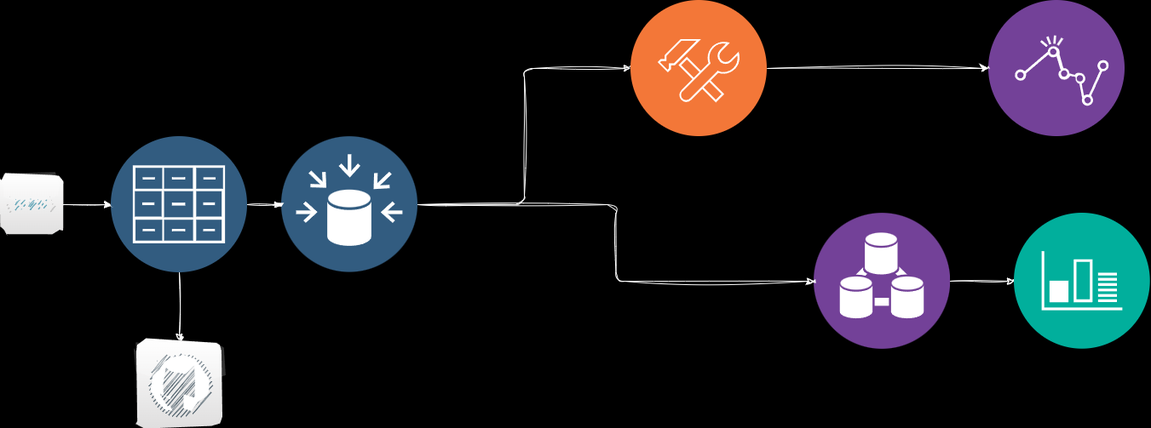
This is BI/Project_BI/Diagrams/BI_DataArch.png from vmbayona/Ares, a draw.io export, as it was before one commit. Source tidied: cells renumbered, new cells last; positions are measured from the earlier drawing's top-left corner, leaving out a move shared by most shapes.
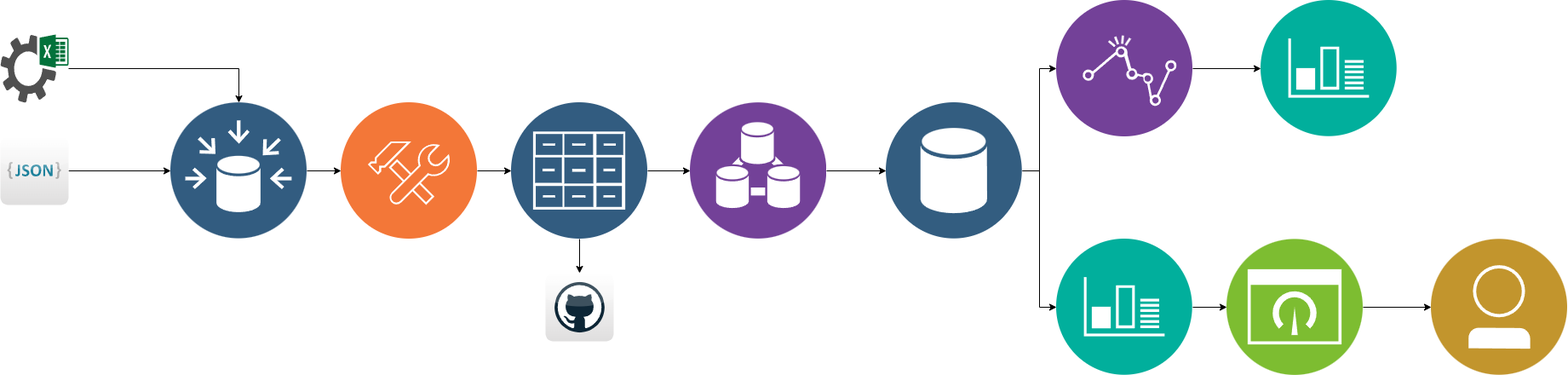
The same diagram one commit later.

The edit, as a diff of the source:
```diff
@@ -1,51 +1,81 @@
-<mxGraphModel background="#000000">
+<mxGraphModel background="#FFFFFF">
   <root>
     <mxCell id="0" />
     <mxCell id="1" parent="0" />
-    <mxCell id="2" style="edgeStyle=orthogonalEdgeStyle;rounded=1;sketch=1;hachureGap=4;jiggle=2;curveFitting=1;jettySize=auto;html=1;fontFamily=Architects Daughter;fontSource=https%3A%2F%2Ffonts.googleapis.com%2Fcss%3Ffamily%3DArchitects%2BDaughter;fontSize=16;strokeColor=#FFFFFF;" parent="1" edge="1" source="3" target="8">
-      <mxGeometry relative="1" as="geometry" />
-    </mxCell>
+    <mxCell id="17" style="edgeStyle=orthogonalEdgeStyle;rounded=0;jettySize=auto;html=1;" parent="1" edge="1" source="3" target="27">
+      <mxGeometry relative="1" as="geometry" />
+    </mxCell>
-    <mxCell id="3" style="image;perimeter=ellipsePerimeter;html=1;align=center;shadow=0;dashed=0;fontColor=#4277BB;labelBackgroundColor=default;fontSize=12;spacingTop=3;image=img/lib/ibm/analytics/data_integration.svg;sketch=1;curveFitting=1;jiggle=2;rounded=1;" parent="1" vertex="1">
-      <mxGeometry x="955" y="250" width="160" height="160" as="geometry" />
+    <mxCell id="3" style="image;perimeter=ellipsePerimeter;html=1;align=center;shadow=0;dashed=0;fontColor=#4277BB;labelBackgroundColor=default;fontSize=12;spacingTop=3;image=img/lib/ibm/analytics/data_integration.svg;rounded=1;" parent="1" vertex="1">
+      <mxGeometry x="780" y="120" width="160" height="160" as="geometry" />
     </mxCell>
+    <mxCell id="18" style="edgeStyle=orthogonalEdgeStyle;rounded=0;jettySize=auto;html=1;" parent="1" edge="1" source="4" target="31">
+      <mxGeometry relative="1" as="geometry" />
+    </mxCell>
-    <mxCell id="4" style="image;perimeter=ellipsePerimeter;html=1;align=center;shadow=0;dashed=0;fontColor=#4277BB;labelBackgroundColor=default;fontSize=12;spacingTop=3;image=img/lib/ibm/analytics/analytics.svg;sketch=1;curveFitting=1;jiggle=2;rounded=1;" parent="1" vertex="1">
-      <mxGeometry x="1160" width="160" height="160" as="geometry" />
+    <mxCell id="4" style="image;perimeter=ellipsePerimeter;html=1;align=center;shadow=0;dashed=0;fontColor=#4277BB;labelBackgroundColor=default;fontSize=12;spacingTop=3;image=img/lib/ibm/analytics/analytics.svg;rounded=1;" parent="1" vertex="1">
+      <mxGeometry x="1210" width="160" height="160" as="geometry" />
     </mxCell>
-    <mxCell id="5" style="edgeStyle=orthogonalEdgeStyle;rounded=1;sketch=1;hachureGap=4;jiggle=2;curveFitting=1;jettySize=auto;html=1;fontFamily=Architects Daughter;fontSource=https%3A%2F%2Ffonts.googleapis.com%2Fcss%3Ffamily%3DArchitects%2BDaughter;fontSize=16;strokeColor=#FFFFFF;" parent="1" edge="1" source="7" target="3">
-      <mxGeometry relative="1" as="geometry" />
-    </mxCell>
-    <mxCell id="6" style="edgeStyle=orthogonalEdgeStyle;rounded=1;sketch=1;hachureGap=4;jiggle=2;curveFitting=1;jettySize=auto;html=1;fontFamily=Architects Daughter;fontSource=https%3A%2F%2Ffonts.googleapis.com%2Fcss%3Ffamily%3DArchitects%2BDaughter;fontSize=16;strokeColor=#FFFFFF;" parent="1" edge="1" source="7" target="10">
+    <mxCell id="6" style="edgeStyle=orthogonalEdgeStyle;rounded=0;jettySize=auto;html=1;entryX=0;entryY=0.5;entryDx=0;entryDy=0;" parent="1" edge="1" source="7" target="10">
       <mxGeometry relative="1" as="geometry" />
     </mxCell>
-    <mxCell id="7" style="image;perimeter=ellipsePerimeter;html=1;align=center;shadow=0;dashed=0;fontColor=#4277BB;labelBackgroundColor=default;fontSize=12;spacingTop=3;image=img/lib/ibm/data/data_sources.svg;sketch=1;curveFitting=1;jiggle=2;rounded=1;" parent="1" vertex="1">
-      <mxGeometry x="330" y="160" width="160" height="160" as="geometry" />
+    <mxCell id="7" style="image;perimeter=ellipsePerimeter;html=1;align=center;shadow=0;dashed=0;fontColor=#4277BB;labelBackgroundColor=default;fontSize=12;spacingTop=3;image=img/lib/ibm/data/data_sources.svg;rounded=1;" parent="1" vertex="1">
+      <mxGeometry x="170" y="120" width="160" height="160" as="geometry" />
     </mxCell>
+    <mxCell id="19" style="edgeStyle=orthogonalEdgeStyle;rounded=0;jettySize=auto;html=1;entryX=0;entryY=0.5;entryDx=0;entryDy=0;" parent="1" edge="1" source="8" target="29">
+      <mxGeometry relative="1" as="geometry" />
+    </mxCell>
-    <mxCell id="8" style="image;perimeter=ellipsePerimeter;html=1;align=center;shadow=0;dashed=0;fontColor=#4277BB;labelBackgroundColor=default;fontSize=12;spacingTop=3;image=img/lib/ibm/management/monitoring_metrics.svg;sketch=1;curveFitting=1;jiggle=2;rounded=1;" parent="1" vertex="1">
-      <mxGeometry x="1190" y="250" width="160" height="160" as="geometry" />
+    <mxCell id="8" style="image;perimeter=ellipsePerimeter;html=1;align=center;shadow=0;dashed=0;fontColor=#4277BB;labelBackgroundColor=default;fontSize=12;spacingTop=3;image=img/lib/ibm/management/monitoring_metrics.svg;rounded=1;" parent="1" vertex="1">
+      <mxGeometry x="1210" y="280" width="160" height="160" as="geometry" />
     </mxCell>
-    <mxCell id="9" style="edgeStyle=orthogonalEdgeStyle;rounded=1;sketch=1;hachureGap=4;jiggle=2;curveFitting=1;jettySize=auto;html=1;entryX=0;entryY=0.5;entryDx=0;entryDy=0;fontFamily=Architects Daughter;fontSource=https%3A%2F%2Ffonts.googleapis.com%2Fcss%3Ffamily%3DArchitects%2BDaughter;fontSize=16;strokeColor=#FFFFFF;" parent="1" edge="1" source="10" target="4">
-      <mxGeometry relative="1" as="geometry" />
-    </mxCell>
+    <mxCell id="20" style="edgeStyle=orthogonalEdgeStyle;rounded=0;jettySize=auto;html=1;entryX=0;entryY=0.5;entryDx=0;entryDy=0;" parent="1" edge="1" source="10" target="13">
+      <mxGeometry relative="1" as="geometry" />
+    </mxCell>
-    <mxCell id="10" style="image;perimeter=ellipsePerimeter;html=1;align=center;shadow=0;dashed=0;fontColor=#4277BB;labelBackgroundColor=default;fontSize=12;spacingTop=3;image=img/lib/ibm/devops/configuration_management.svg;sketch=1;curveFitting=1;jiggle=2;rounded=1;" parent="1" vertex="1">
-      <mxGeometry x="740" width="160" height="160" as="geometry" />
+    <mxCell id="10" style="image;perimeter=ellipsePerimeter;html=1;align=center;shadow=0;dashed=0;fontColor=#4277BB;labelBackgroundColor=default;fontSize=12;spacingTop=3;image=img/lib/ibm/devops/configuration_management.svg;rounded=1;" parent="1" vertex="1">
+      <mxGeometry x="370" y="120" width="160" height="160" as="geometry" />
     </mxCell>
-    <mxCell id="11" style="edgeStyle=orthogonalEdgeStyle;rounded=1;sketch=1;hachureGap=4;jiggle=2;curveFitting=1;jettySize=auto;html=1;fontFamily=Architects Daughter;fontSource=https%3A%2F%2Ffonts.googleapis.com%2Fcss%3Ffamily%3DArchitects%2BDaughter;fontSize=16;strokeColor=#FFFFFF;" parent="1" edge="1" source="13" target="14">
+    <mxCell id="11" style="edgeStyle=orthogonalEdgeStyle;rounded=0;jettySize=auto;html=1;" parent="1" edge="1" source="13" target="14">
       <mxGeometry relative="1" as="geometry" />
     </mxCell>
-    <mxCell id="12" style="edgeStyle=orthogonalEdgeStyle;rounded=1;sketch=1;hachureGap=4;jiggle=2;curveFitting=1;jettySize=auto;html=1;fontFamily=Architects Daughter;fontSource=https%3A%2F%2Ffonts.googleapis.com%2Fcss%3Ffamily%3DArchitects%2BDaughter;fontSize=16;strokeColor=#FFFFFF;" parent="1" edge="1" source="13" target="7">
-      <mxGeometry relative="1" as="geometry" />
-    </mxCell>
+    <mxCell id="21" style="edgeStyle=orthogonalEdgeStyle;rounded=0;jettySize=auto;html=1;entryX=0;entryY=0.5;entryDx=0;entryDy=0;" parent="1" edge="1" source="13" target="3">
+      <mxGeometry relative="1" as="geometry" />
+    </mxCell>
-    <mxCell id="13" style="image;perimeter=ellipsePerimeter;html=1;align=center;shadow=0;dashed=0;fontColor=#4277BB;labelBackgroundColor=default;fontSize=12;spacingTop=3;image=img/lib/ibm/data/file_repository.svg;rounded=1;sketch=1;hachureGap=4;jiggle=2;curveFitting=1;fontFamily=Architects Daughter;fontSource=https%3A%2F%2Ffonts.googleapis.com%2Fcss%3Ffamily%3DArchitects%2BDaughter;" parent="1" vertex="1">
-      <mxGeometry x="130" y="160" width="160" height="160" as="geometry" />
+    <mxCell id="13" style="image;perimeter=ellipsePerimeter;html=1;align=center;shadow=0;dashed=0;fontColor=#4277BB;labelBackgroundColor=default;fontSize=12;spacingTop=3;image=img/lib/ibm/data/file_repository.svg;rounded=1;hachureGap=4;fontFamily=Architects Daughter;fontSource=https%3A%2F%2Ffonts.googleapis.com%2Fcss%3Ffamily%3DArchitects%2BDaughter;" parent="1" vertex="1">
+      <mxGeometry x="570" y="120" width="160" height="160" as="geometry" />
     </mxCell>
-    <mxCell id="14" style="dashed=0;outlineConnect=0;html=1;align=center;labelPosition=center;verticalLabelPosition=bottom;verticalAlign=top;shape=mxgraph.webicons.github;gradientColor=#DFDEDE;rounded=1;sketch=1;hachureGap=4;jiggle=2;curveFitting=1;fontFamily=Architects Daughter;fontSource=https%3A%2F%2Ffonts.googleapis.com%2Fcss%3Ffamily%3DArchitects%2BDaughter;fontSize=20;" parent="1" vertex="1">
-      <mxGeometry x="158.8" y="400" width="102.4" height="102.4" as="geometry" />
+    <mxCell id="14" style="dashed=0;outlineConnect=0;html=1;align=center;labelPosition=center;verticalLabelPosition=bottom;verticalAlign=top;shape=mxgraph.webicons.github;gradientColor=#DFDEDE;rounded=1;hachureGap=4;fontFamily=Architects Daughter;fontSource=https%3A%2F%2Ffonts.googleapis.com%2Fcss%3Ffamily%3DArchitects%2BDaughter;fontSize=20;" parent="1" vertex="1">
+      <mxGeometry x="610" y="320" width="80" height="80" as="geometry" />
     </mxCell>
-    <mxCell id="15" style="edgeStyle=orthogonalEdgeStyle;rounded=1;sketch=1;hachureGap=4;jiggle=2;curveFitting=1;jettySize=auto;html=1;entryX=0;entryY=0.5;entryDx=0;entryDy=0;fontFamily=Architects Daughter;fontSource=https%3A%2F%2Ffonts.googleapis.com%2Fcss%3Ffamily%3DArchitects%2BDaughter;fontSize=16;strokeColor=#FFFFFF;" parent="1" edge="1" source="16" target="13">
-      <mxGeometry relative="1" as="geometry" />
-    </mxCell>
+    <mxCell id="22" style="edgeStyle=orthogonalEdgeStyle;rounded=0;jettySize=auto;html=1;entryX=0;entryY=0.5;entryDx=0;entryDy=0;" parent="1" edge="1" source="16" target="7">
+      <mxGeometry relative="1" as="geometry" />
+    </mxCell>
-    <mxCell id="16" style="dashed=0;outlineConnect=0;html=1;align=center;labelPosition=center;verticalLabelPosition=bottom;verticalAlign=top;shape=mxgraph.webicons.json_2;gradientColor=#DFDEDE;rounded=1;sketch=1;hachureGap=4;jiggle=2;curveFitting=1;fontFamily=Architects Daughter;fontSource=https%3A%2F%2Ffonts.googleapis.com%2Fcss%3Ffamily%3DArchitects%2BDaughter;fontSize=20;" parent="1" vertex="1">
-      <mxGeometry y="205" width="70" height="70" as="geometry" />
+    <mxCell id="16" style="dashed=0;outlineConnect=0;html=1;align=center;labelPosition=center;verticalLabelPosition=bottom;verticalAlign=top;shape=mxgraph.webicons.json_2;gradientColor=#DFDEDE;rounded=1;hachureGap=4;fontFamily=Architects Daughter;fontSource=https%3A%2F%2Ffonts.googleapis.com%2Fcss%3Ffamily%3DArchitects%2BDaughter;fontSize=20;" parent="1" vertex="1">
+      <mxGeometry x="-30" y="160" width="80" height="80" as="geometry" />
     </mxCell>
+    <mxCell id="23" style="edgeStyle=orthogonalEdgeStyle;rounded=0;jettySize=auto;html=1;entryX=0.5;entryY=0;entryDx=0;entryDy=0;" parent="1" edge="1" source="24" target="7">
+      <mxGeometry relative="1" as="geometry" />
+    </mxCell>
+    <mxCell id="24" style="sketch=0;shadow=0;dashed=0;html=1;strokeColor=none;fillColor=#505050;labelPosition=center;verticalLabelPosition=bottom;verticalAlign=top;outlineConnect=0;align=center;shape=mxgraph.office.sites.excel_services;" parent="1" vertex="1">
+      <mxGeometry x="-30" y="40" width="80" height="80" as="geometry" />
+    </mxCell>
+    <mxCell id="25" style="edgeStyle=orthogonalEdgeStyle;rounded=0;jettySize=auto;html=1;" parent="1" edge="1" source="27" target="4">
+      <mxGeometry relative="1" as="geometry" />
+    </mxCell>
+    <mxCell id="26" style="edgeStyle=orthogonalEdgeStyle;rounded=0;jettySize=auto;html=1;" parent="1" edge="1" source="27" target="8">
+      <mxGeometry relative="1" as="geometry" />
+    </mxCell>
+    <mxCell id="27" style="image;perimeter=ellipsePerimeter;html=1;align=center;shadow=0;dashed=0;fontColor=#4277BB;labelBackgroundColor=default;fontSize=12;spacingTop=3;image=img/lib/ibm/data/data_services.svg;" parent="1" vertex="1">
+      <mxGeometry x="1010" y="120" width="160" height="160" as="geometry" />
+    </mxCell>
+    <mxCell id="28" style="edgeStyle=orthogonalEdgeStyle;rounded=0;jettySize=auto;html=1;entryX=0;entryY=0.5;entryDx=0;entryDy=0;" parent="1" edge="1" source="29" target="30">
+      <mxGeometry relative="1" as="geometry" />
+    </mxCell>
+    <mxCell id="29" style="image;perimeter=ellipsePerimeter;html=1;align=center;shadow=0;dashed=0;fontColor=#4277BB;labelBackgroundColor=default;fontSize=12;spacingTop=3;image=img/lib/ibm/infrastructure/dashboard.svg;" parent="1" vertex="1">
+      <mxGeometry x="1410" y="280" width="160" height="160" as="geometry" />
+    </mxCell>
+    <mxCell id="30" style="image;perimeter=ellipsePerimeter;html=1;align=center;shadow=0;dashed=0;fontColor=#4277BB;labelBackgroundColor=default;fontSize=12;spacingTop=3;image=img/lib/ibm/users/user.svg;" parent="1" vertex="1">
+      <mxGeometry x="1650" y="280" width="160" height="160" as="geometry" />
+    </mxCell>
+    <mxCell id="31" style="image;perimeter=ellipsePerimeter;html=1;align=center;shadow=0;dashed=0;fontColor=#4277BB;labelBackgroundColor=default;fontSize=12;spacingTop=3;image=img/lib/ibm/management/monitoring_metrics.svg;" parent="1" vertex="1">
+      <mxGeometry x="1450" width="160" height="160" as="geometry" />
+    </mxCell>
   </root>
 </mxGraphModel>
```
